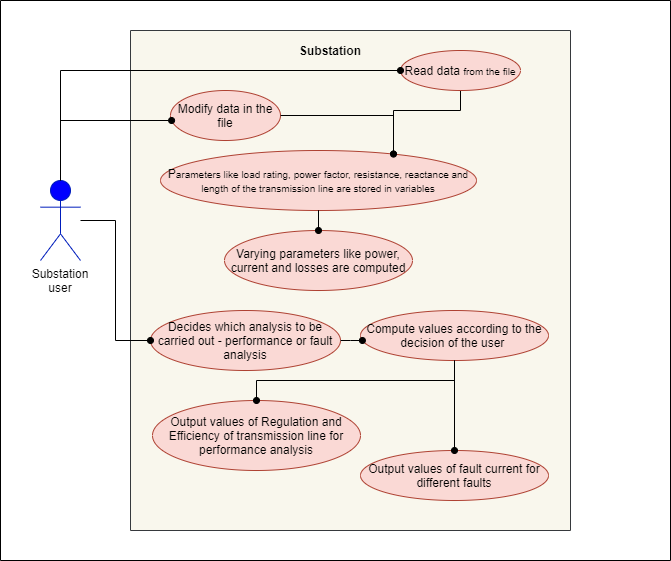
Earlier version of the draw.io export 6_ImagesAndVideos/UseCase.png (indiya77/MiniProject). Source tidied: cells renumbered, new cells last; positions are measured from the earlier drawing's top-left corner, leaving out a move shared by most shapes.
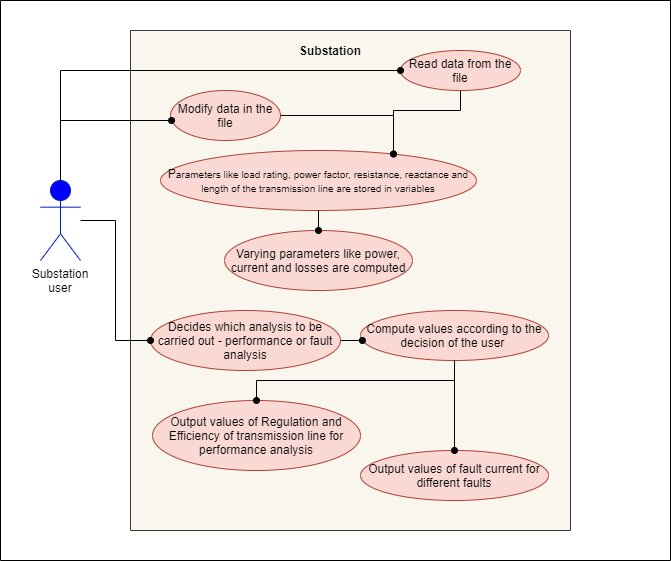
After the change.

Commit message:
use case diagram modified

The edit, as a diff of the source:
```diff
@@ -22,7 +22,7 @@
         </Array>
       </mxGeometry>
     </mxCell>
-    <mxCell id="7" value="R&lt;font style=&quot;font-size: 12px&quot;&gt;ead data &lt;/font&gt;&lt;font size=&quot;1&quot;&gt;from the file&lt;/font&gt;" style="ellipse;whiteSpace=wrap;html=1;fillColor=#fad9d5;strokeColor=#ae4132;" parent="1" vertex="1">
+    <mxCell id="7" value="&lt;font style=&quot;font-size: 12px&quot;&gt;R&lt;font style=&quot;font-size: 12px&quot;&gt;ead data &lt;/font&gt;from the file&lt;/font&gt;" style="ellipse;whiteSpace=wrap;html=1;fillColor=#fad9d5;strokeColor=#ae4132;" parent="1" vertex="1">
       <mxGeometry x="400" y="50" width="120" height="40" as="geometry" />
     </mxCell>
     <mxCell id="8" value="Modify data in the file" style="ellipse;whiteSpace=wrap;html=1;fillColor=#fad9d5;strokeColor=#ae4132;" parent="1" vertex="1">
```
